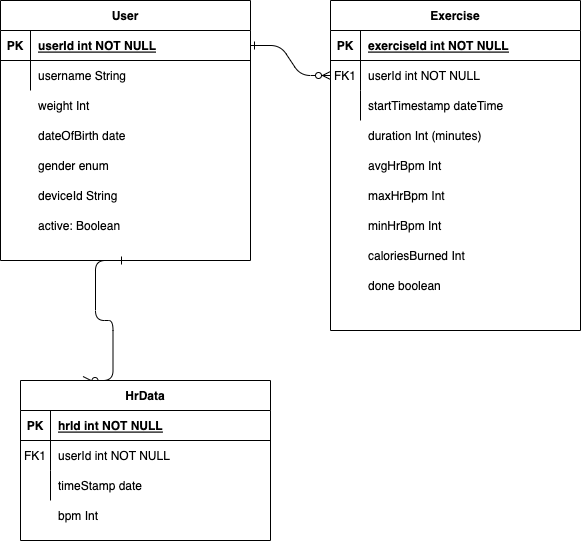
Earlier version of the draw.io export my-thesis/diagrams/ham-entity.drawio.png (ba-nhermanto/thesis). Source tidied: cells renumbered, new cells last; positions are measured from the earlier drawing's top-left corner, leaving out a move shared by most shapes. The source it was exported from:
```xml
<mxGraphModel>
  <root>
    <mxCell id="0" />
    <mxCell id="1" parent="0" />
    <mxCell id="2" style="edgeStyle=entityRelationEdgeStyle;endArrow=ERzeroToMany;startArrow=ERone;endFill=1;startFill=0;" parent="1" edge="1" source="25" target="8">
      <mxGeometry relative="1" as="geometry" />
    </mxCell>
    <mxCell id="3" style="edgeStyle=entityRelationEdgeStyle;endArrow=ERzeroToMany;startArrow=ERone;endFill=1;startFill=0;exitX=0.5;exitY=1;exitDx=0;exitDy=0;entryX=0.25;entryY=0;entryDx=0;entryDy=0;" parent="1" edge="1" source="24" target="14">
      <mxGeometry relative="1" as="geometry" />
    </mxCell>
    <mxCell id="4" value="Exercise" style="shape=table;startSize=30;rowLines=0;fontStyle=1;align=center;" parent="1" vertex="1">
      <mxGeometry x="330" width="250" height="330" as="geometry" />
    </mxCell>
    <mxCell id="5" style="shape=partialRectangle;fillColor=none;top=0;left=0;right=0;bottom=1;" parent="4" vertex="1">
      <mxGeometry y="30" width="250" height="30" as="geometry" />
    </mxCell>
    <mxCell id="6" value="PK" style="shape=partialRectangle;overflow=hidden;fillColor=none;top=0;left=0;bottom=0;right=0;fontStyle=1;" parent="5" vertex="1">
      <mxGeometry width="30" height="30" as="geometry" />
    </mxCell>
    <mxCell id="7" value="exerciseId int NOT NULL " style="shape=partialRectangle;overflow=hidden;fillColor=none;top=0;left=0;bottom=0;right=0;align=left;spacingLeft=6;fontStyle=5;" parent="5" vertex="1">
      <mxGeometry x="30" width="220" height="30" as="geometry" />
    </mxCell>
    <mxCell id="8" style="shape=partialRectangle;fillColor=none;points=[[0,0.5],[1,0.5]];portConstraint=eastwest;top=0;left=0;right=0;bottom=0;" parent="4" vertex="1">
      <mxGeometry y="60" width="250" height="30" as="geometry" />
    </mxCell>
    <mxCell id="9" value="FK1" style="shape=partialRectangle;overflow=hidden;fillColor=none;top=0;left=0;bottom=0;right=0;" parent="8" vertex="1">
      <mxGeometry width="30" height="30" as="geometry" />
    </mxCell>
    <mxCell id="10" value="userId int NOT NULL" style="shape=partialRectangle;overflow=hidden;fillColor=none;top=0;left=0;bottom=0;right=0;align=left;spacingLeft=6;" parent="8" vertex="1">
      <mxGeometry x="30" width="220" height="30" as="geometry" />
    </mxCell>
    <mxCell id="11" style="shape=partialRectangle;fillColor=none;top=0;left=0;right=0;bottom=0;" parent="4" vertex="1">
      <mxGeometry y="90" width="250" height="30" as="geometry" />
    </mxCell>
    <mxCell id="12" style="shape=partialRectangle;overflow=hidden;fillColor=none;top=0;left=0;bottom=0;right=0;" parent="11" vertex="1">
      <mxGeometry width="30" height="30" as="geometry" />
    </mxCell>
    <mxCell id="13" value="startTimestamp dateTime" style="shape=partialRectangle;overflow=hidden;fillColor=none;top=0;left=0;bottom=0;right=0;align=left;spacingLeft=6;" parent="11" vertex="1">
      <mxGeometry x="30" width="220" height="30" as="geometry" />
    </mxCell>
    <mxCell id="14" value="HrData" style="shape=table;startSize=30;rowLines=0;fontStyle=1;align=center;" parent="1" vertex="1">
      <mxGeometry x="20" y="380" width="250" height="160" as="geometry" />
    </mxCell>
    <mxCell id="15" style="shape=partialRectangle;fillColor=none;top=0;left=0;right=0;bottom=1;" parent="14" vertex="1">
      <mxGeometry y="30" width="250" height="30" as="geometry" />
    </mxCell>
    <mxCell id="16" value="PK" style="shape=partialRectangle;overflow=hidden;fillColor=none;top=0;left=0;bottom=0;right=0;fontStyle=1;" parent="15" vertex="1">
      <mxGeometry width="30" height="30" as="geometry" />
    </mxCell>
    <mxCell id="17" value="hrId int NOT NULL " style="shape=partialRectangle;overflow=hidden;fillColor=none;top=0;left=0;bottom=0;right=0;align=left;spacingLeft=6;fontStyle=5;" parent="15" vertex="1">
      <mxGeometry x="30" width="220" height="30" as="geometry" />
    </mxCell>
    <mxCell id="18" style="shape=partialRectangle;fillColor=none;top=0;left=0;right=0;bottom=0;" parent="14" vertex="1">
      <mxGeometry y="60" width="250" height="30" as="geometry" />
    </mxCell>
    <mxCell id="19" value="FK1" style="shape=partialRectangle;overflow=hidden;fillColor=none;top=0;left=0;bottom=0;right=0;" parent="18" vertex="1">
      <mxGeometry width="30" height="30" as="geometry" />
    </mxCell>
    <mxCell id="20" value="userId int NOT NULL" style="shape=partialRectangle;overflow=hidden;fillColor=none;top=0;left=0;bottom=0;right=0;align=left;spacingLeft=6;" parent="18" vertex="1">
      <mxGeometry x="30" width="220" height="30" as="geometry" />
    </mxCell>
    <mxCell id="21" style="shape=partialRectangle;fillColor=none;top=0;left=0;right=0;bottom=0;" parent="14" vertex="1">
      <mxGeometry y="90" width="250" height="30" as="geometry" />
    </mxCell>
    <mxCell id="22" style="shape=partialRectangle;overflow=hidden;fillColor=none;top=0;left=0;bottom=0;right=0;" parent="21" vertex="1">
      <mxGeometry width="30" height="30" as="geometry" />
    </mxCell>
    <mxCell id="23" value="timeStamp date" style="shape=partialRectangle;overflow=hidden;fillColor=none;top=0;left=0;bottom=0;right=0;align=left;spacingLeft=6;" parent="21" vertex="1">
      <mxGeometry x="30" width="220" height="30" as="geometry" />
    </mxCell>
    <mxCell id="24" value="User" style="shape=table;startSize=30;rowLines=0;fontStyle=1;align=center;" parent="1" vertex="1">
      <mxGeometry width="250" height="260" as="geometry" />
    </mxCell>
    <mxCell id="25" style="shape=partialRectangle;fillColor=none;points=[[0,0.5],[1,0.5]];portConstraint=eastwest;top=0;left=0;right=0;bottom=1;" parent="24" vertex="1">
      <mxGeometry y="30" width="250" height="30" as="geometry" />
    </mxCell>
    <mxCell id="26" value="PK" style="shape=partialRectangle;overflow=hidden;fillColor=none;top=0;left=0;bottom=0;right=0;fontStyle=1;" parent="25" vertex="1">
      <mxGeometry width="30" height="30" as="geometry" />
    </mxCell>
    <mxCell id="27" value="userId int NOT NULL " style="shape=partialRectangle;overflow=hidden;fillColor=none;top=0;left=0;bottom=0;right=0;align=left;spacingLeft=6;fontStyle=5;" parent="25" vertex="1">
      <mxGeometry x="30" width="220" height="30" as="geometry" />
    </mxCell>
    <mxCell id="28" style="shape=partialRectangle;fillColor=none;top=0;left=0;right=0;bottom=0;" parent="24" vertex="1">
      <mxGeometry y="60" width="250" height="30" as="geometry" />
    </mxCell>
    <mxCell id="29" style="shape=partialRectangle;overflow=hidden;fillColor=none;top=0;left=0;bottom=0;right=0;" parent="28" vertex="1">
      <mxGeometry width="30" height="30" as="geometry" />
    </mxCell>
    <mxCell id="30" value="username String" style="shape=partialRectangle;overflow=hidden;fillColor=none;top=0;left=0;bottom=0;right=0;align=left;spacingLeft=6;" parent="28" vertex="1">
      <mxGeometry x="30" width="220" height="30" as="geometry" />
    </mxCell>
    <mxCell id="31" value="weight Int" style="shape=partialRectangle;overflow=hidden;fillColor=none;top=0;left=0;bottom=0;right=0;align=left;spacingLeft=6;" parent="1" vertex="1">
      <mxGeometry x="30" y="90" width="220" height="30" as="geometry" />
    </mxCell>
    <mxCell id="32" value="dateOfBirth date" style="shape=partialRectangle;overflow=hidden;fillColor=none;top=0;left=0;bottom=0;right=0;align=left;spacingLeft=6;" parent="1" vertex="1">
      <mxGeometry x="30" y="120" width="220" height="30" as="geometry" />
    </mxCell>
    <mxCell id="33" value="gender enum" style="shape=partialRectangle;overflow=hidden;fillColor=none;top=0;left=0;bottom=0;right=0;align=left;spacingLeft=6;" parent="1" vertex="1">
      <mxGeometry x="30" y="150" width="220" height="30" as="geometry" />
    </mxCell>
    <mxCell id="34" value="deviceId String" style="shape=partialRectangle;overflow=hidden;fillColor=none;top=0;left=0;bottom=0;right=0;align=left;spacingLeft=6;" parent="1" vertex="1">
      <mxGeometry x="30" y="180" width="220" height="30" as="geometry" />
    </mxCell>
    <mxCell id="35" value="duration Int (minutes)" style="shape=partialRectangle;overflow=hidden;fillColor=none;top=0;left=0;bottom=0;right=0;align=left;spacingLeft=6;" parent="1" vertex="1">
      <mxGeometry x="360" y="120" width="220" height="30" as="geometry" />
    </mxCell>
    <mxCell id="36" value="avgHrBpm Int" style="shape=partialRectangle;overflow=hidden;fillColor=none;top=0;left=0;bottom=0;right=0;align=left;spacingLeft=6;" parent="1" vertex="1">
      <mxGeometry x="360" y="150" width="220" height="30" as="geometry" />
    </mxCell>
    <mxCell id="37" value="maxHrBpm Int" style="shape=partialRectangle;overflow=hidden;fillColor=none;top=0;left=0;bottom=0;right=0;align=left;spacingLeft=6;" parent="1" vertex="1">
      <mxGeometry x="360" y="180" width="220" height="30" as="geometry" />
    </mxCell>
    <mxCell id="38" value="minHrBpm Int" style="shape=partialRectangle;overflow=hidden;fillColor=none;top=0;left=0;bottom=0;right=0;align=left;spacingLeft=6;" parent="1" vertex="1">
      <mxGeometry x="360" y="210" width="220" height="30" as="geometry" />
    </mxCell>
    <mxCell id="39" value="caloriesBurned Int" style="shape=partialRectangle;overflow=hidden;fillColor=none;top=0;left=0;bottom=0;right=0;align=left;spacingLeft=6;" parent="1" vertex="1">
      <mxGeometry x="360" y="240" width="220" height="30" as="geometry" />
    </mxCell>
    <mxCell id="40" value="done boolean" style="shape=partialRectangle;overflow=hidden;fillColor=none;top=0;left=0;bottom=0;right=0;align=left;spacingLeft=6;" parent="1" vertex="1">
      <mxGeometry x="360" y="270" width="220" height="30" as="geometry" />
    </mxCell>
    <mxCell id="41" value="active: Boolean" style="shape=partialRectangle;overflow=hidden;fillColor=none;top=0;left=0;bottom=0;right=0;align=left;spacingLeft=6;" parent="1" vertex="1">
      <mxGeometry x="30" y="210" width="220" height="30" as="geometry" />
    </mxCell>
    <mxCell id="42" style="shape=partialRectangle;fillColor=none;top=0;left=0;right=0;bottom=0;" parent="1" vertex="1">
      <mxGeometry x="20" y="500" width="250" height="30" as="geometry" />
    </mxCell>
    <mxCell id="43" style="shape=partialRectangle;overflow=hidden;fillColor=none;top=0;left=0;bottom=0;right=0;" parent="42" vertex="1">
      <mxGeometry width="30" height="30" as="geometry" />
    </mxCell>
    <mxCell id="44" value="bpm Int" style="shape=partialRectangle;overflow=hidden;fillColor=none;top=0;left=0;bottom=0;right=0;align=left;spacingLeft=6;" parent="42" vertex="1">
      <mxGeometry x="30" width="220" height="30" as="geometry" />
    </mxCell>
    <mxCell id="45" style="shape=partialRectangle;overflow=hidden;fillColor=none;top=0;left=0;bottom=0;right=0;" parent="1" vertex="1">
      <mxGeometry x="330" y="125" width="30" height="30" as="geometry" />
    </mxCell>
  </root>
</mxGraphModel>
```
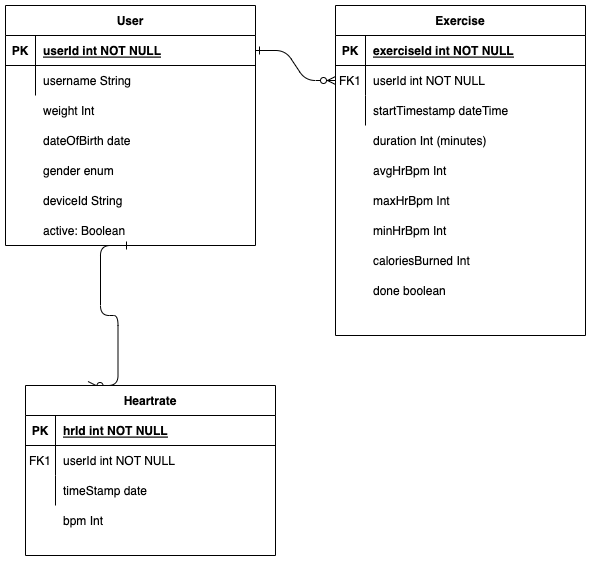
The same diagram one commit later.

Diff of the diagram source:
```diff
@@ -38,8 +38,8 @@
     <mxCell id="13" value="startTimestamp dateTime" style="shape=partialRectangle;overflow=hidden;fillColor=none;top=0;left=0;bottom=0;right=0;align=left;spacingLeft=6;" parent="11" vertex="1">
       <mxGeometry x="30" width="220" height="30" as="geometry" />
     </mxCell>
-    <mxCell id="14" value="HrData" style="shape=table;startSize=30;rowLines=0;fontStyle=1;align=center;" parent="1" vertex="1">
-      <mxGeometry x="20" y="380" width="250" height="160" as="geometry" />
+    <mxCell id="14" value="Heartrate" style="shape=table;startSize=30;rowLines=0;fontStyle=1;align=center;" parent="1" vertex="1">
+      <mxGeometry x="20" y="380" width="250" height="170" as="geometry" />
     </mxCell>
     <mxCell id="15" style="shape=partialRectangle;fillColor=none;top=0;left=0;right=0;bottom=1;" parent="14" vertex="1">
       <mxGeometry y="30" width="250" height="30" as="geometry" />
@@ -69,7 +69,7 @@
       <mxGeometry x="30" width="220" height="30" as="geometry" />
     </mxCell>
     <mxCell id="24" value="User" style="shape=table;startSize=30;rowLines=0;fontStyle=1;align=center;" parent="1" vertex="1">
-      <mxGeometry width="250" height="260" as="geometry" />
+      <mxGeometry width="250" height="240" as="geometry" />
     </mxCell>
     <mxCell id="25" style="shape=partialRectangle;fillColor=none;points=[[0,0.5],[1,0.5]];portConstraint=eastwest;top=0;left=0;right=0;bottom=1;" parent="24" vertex="1">
       <mxGeometry y="30" width="250" height="30" as="geometry" />
@@ -119,20 +119,11 @@
     <mxCell id="40" value="done boolean" style="shape=partialRectangle;overflow=hidden;fillColor=none;top=0;left=0;bottom=0;right=0;align=left;spacingLeft=6;" parent="1" vertex="1">
       <mxGeometry x="360" y="270" width="220" height="30" as="geometry" />
     </mxCell>
+    <mxCell id="44" value="bpm Int" style="shape=partialRectangle;overflow=hidden;fillColor=none;top=0;left=0;bottom=0;right=0;align=left;spacingLeft=6;" parent="1" vertex="1">
+      <mxGeometry x="50" y="500" width="220" height="30" as="geometry" />
+    </mxCell>
     <mxCell id="41" value="active: Boolean" style="shape=partialRectangle;overflow=hidden;fillColor=none;top=0;left=0;bottom=0;right=0;align=left;spacingLeft=6;" parent="1" vertex="1">
       <mxGeometry x="30" y="210" width="220" height="30" as="geometry" />
     </mxCell>
-    <mxCell id="42" style="shape=partialRectangle;fillColor=none;top=0;left=0;right=0;bottom=0;" parent="1" vertex="1">
-      <mxGeometry x="20" y="500" width="250" height="30" as="geometry" />
-    </mxCell>
-    <mxCell id="43" style="shape=partialRectangle;overflow=hidden;fillColor=none;top=0;left=0;bottom=0;right=0;" parent="42" vertex="1">
-      <mxGeometry width="30" height="30" as="geometry" />
-    </mxCell>
-    <mxCell id="44" value="bpm Int" style="shape=partialRectangle;overflow=hidden;fillColor=none;top=0;left=0;bottom=0;right=0;align=left;spacingLeft=6;" parent="42" vertex="1">
-      <mxGeometry x="30" width="220" height="30" as="geometry" />
-    </mxCell>
-    <mxCell id="45" style="shape=partialRectangle;overflow=hidden;fillColor=none;top=0;left=0;bottom=0;right=0;" parent="1" vertex="1">
-      <mxGeometry x="330" y="125" width="30" height="30" as="geometry" />
-    </mxCell>
   </root>
 </mxGraphModel>
```
